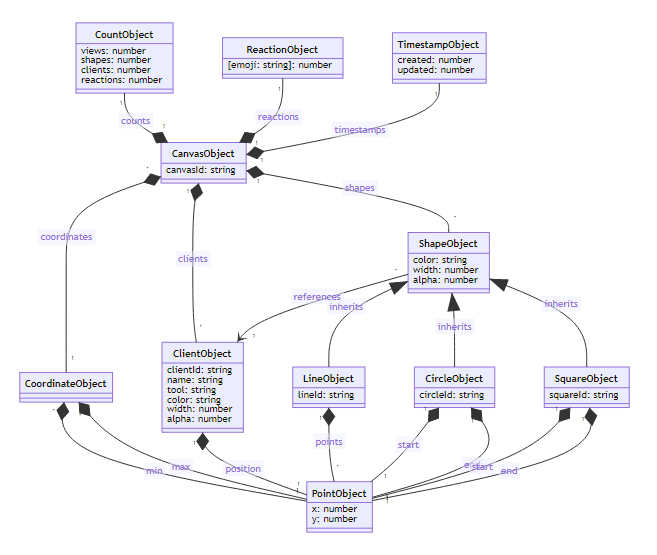
ghackenberg/paintwall keeps this Mermaid diagram as diagrams/data-model.png. Above is the earlier version. Its source is kept beside it as diagrams/data-model.mmd. The source it was exported from:
```mermaid
classDiagram
    class PointObject {
        x: number
        y: number
    }
    class ClientObject {
        clientId: string
        name: string
        tool: string
        color: string
        width: number
        alpha: number
    }
    class ShapeObject {
        color: string
        width: number
        alpha: number
    }
    class LineObject {
        lineId: string
    }
    class CircleObject {
        circleId: string
    }
    class SquareObject {
        squareId: string
    }
    class TimestampObject {
        created: number
        updated: number
    }
    class CountObject {
        views: number
        shapes: number
        clients: number
        reactions: number
    }
    class CoordinateObject {

    }
    class ReactionObject {
        [emoji: string]: number
    }
    class CanvasObject {
        canvasId: string
    }

    CanvasObject "1" *-- "*" ClientObject: clients
    CanvasObject "1" *-- "*" ShapeObject: shapes
    CanvasObject "*" *-- "1" CoordinateObject: coordinates

    CountObject "1" --* "1" CanvasObject: counts
    ReactionObject "1" --* "1" CanvasObject: reactions
    TimestampObject "1" --* "1" CanvasObject: timestamps

    CoordinateObject "*" *-- "1" PointObject: min
    CoordinateObject "*" *-- "1" PointObject: max

    ShapeObject <|-- LineObject: inherits
    ShapeObject <|-- CircleObject: inherits
    ShapeObject <|-- SquareObject: inherits
    ShapeObject "*" --> "1" ClientObject: references

    ClientObject "1" *-- "1" PointObject: position

    LineObject "1" *-- "*" PointObject: points

    CircleObject "1" *-- "1" PointObject: start
    CircleObject "1" *-- "1" PointObject: end

    SquareObject "1" *-- "1" PointObject: start
    SquareObject "1" *-- "1" PointObject: end
```
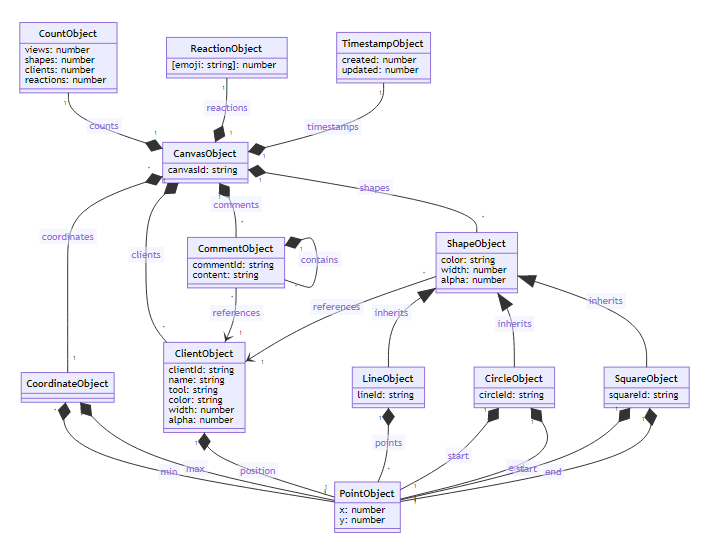
The same diagram one commit later.

Diff of the diagram source:
```diff
@@ -25,6 +25,10 @@
     class SquareObject {
         squareId: string
     }
+    class CommentObject {
+        commentId: string
+        content: string
+    }
     class TimestampObject {
         created: number
         updated: number
@@ -46,6 +50,7 @@
     }
 
     CanvasObject "1" *-- "*" ClientObject: clients
+    CanvasObject "1" *-- "*" CommentObject: comments
     CanvasObject "1" *-- "*" ShapeObject: shapes
     CanvasObject "*" *-- "1" CoordinateObject: coordinates
 
@@ -55,6 +60,9 @@
 
     CoordinateObject "*" *-- "1" PointObject: min
     CoordinateObject "*" *-- "1" PointObject: max
+
+    CommentObject "*" --> "1" ClientObject: references
+    CommentObject "1" *-- "*" CommentObject: contains
 
     ShapeObject <|-- LineObject: inherits
     ShapeObject <|-- CircleObject: inherits
```
